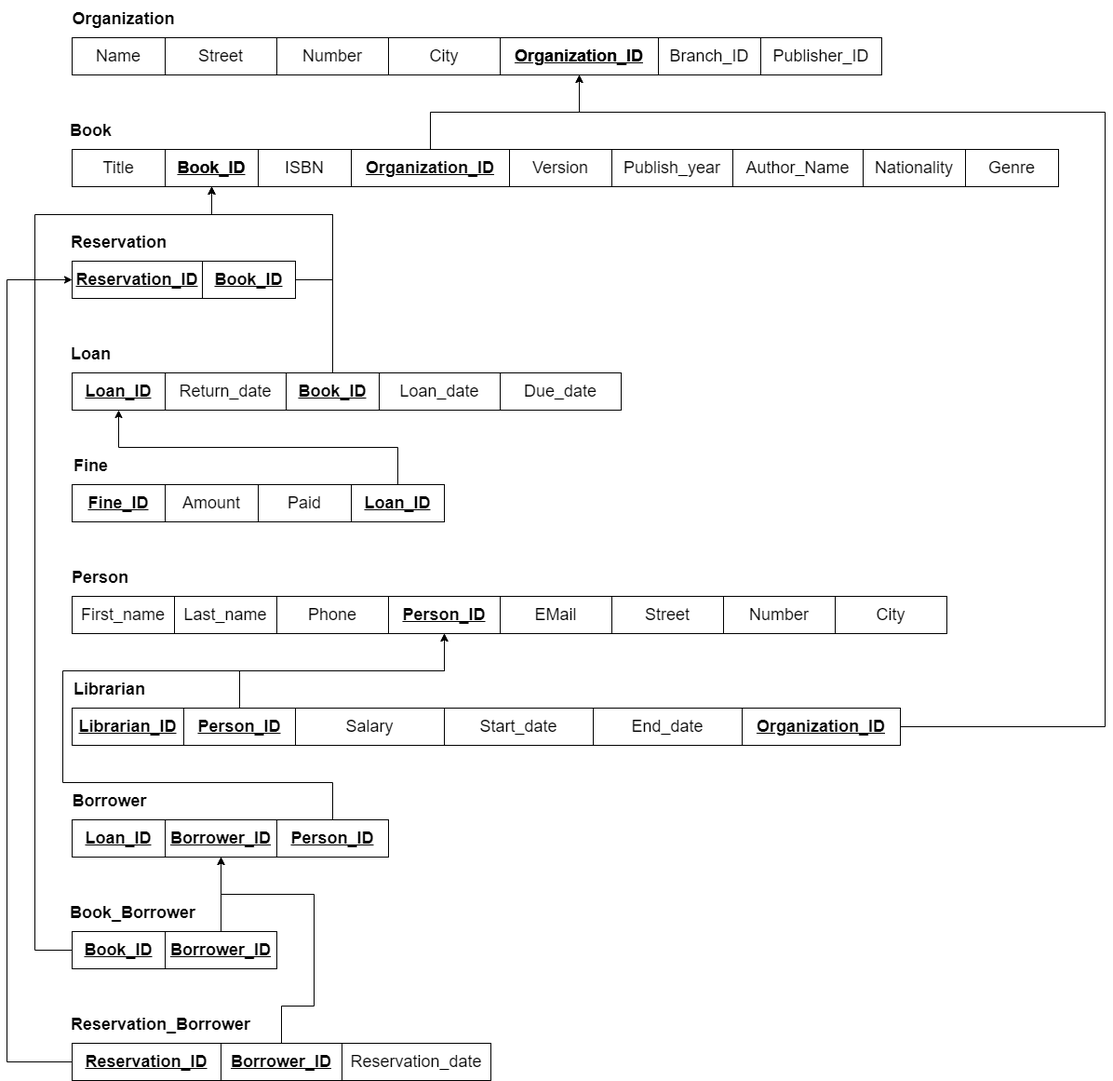
Earlier version of the draw.io export Relational_Model/Relational Model - 1NF.png (YouAndMEME/sose23-database). Source tidied: cells renumbered, new cells last; positions are measured from the earlier drawing's top-left corner, leaving out a move shared by most shapes.
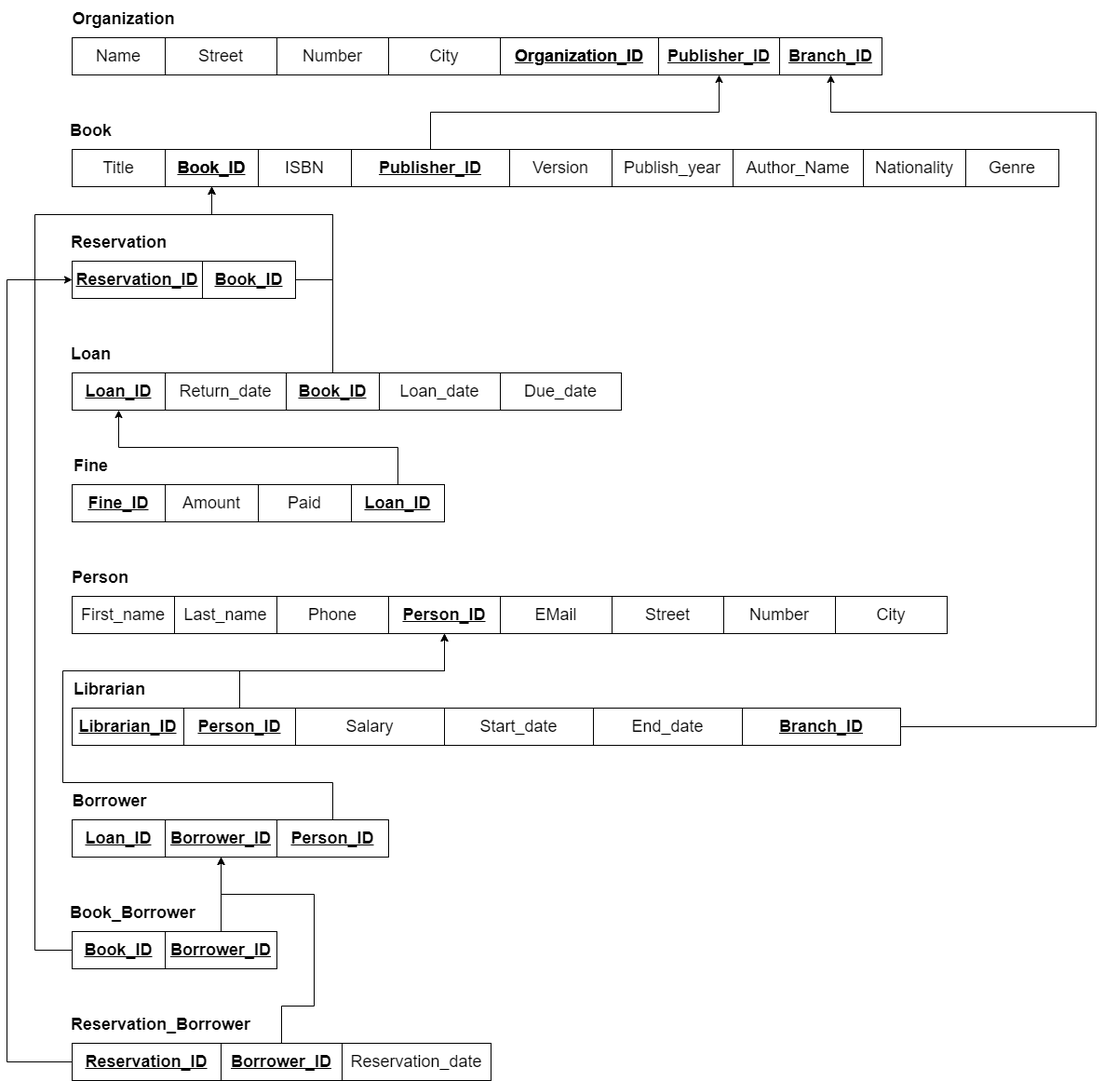
Later version of the same file.

Commit message:
Updated Relational Model

What changed in the source:
```diff
@@ -50,11 +50,11 @@
     <mxCell id="17" value="&lt;b&gt;Organization_ID&lt;/b&gt;" style="whiteSpace=wrap;html=1;align=center;strokeColor=default;fontSize=18;fillColor=none;" parent="1" vertex="1">
       <mxGeometry x="530" y="40" width="170" height="40" as="geometry" />
     </mxCell>
-    <mxCell id="18" value="Branch_ID" style="whiteSpace=wrap;html=1;align=center;strokeColor=default;fontSize=18;fillColor=none;" parent="1" vertex="1">
-      <mxGeometry x="700" y="40" width="110" height="40" as="geometry" />
+    <mxCell id="18" value="&lt;b&gt;&lt;u&gt;Branch_ID&lt;/u&gt;&lt;/b&gt;" style="whiteSpace=wrap;html=1;align=center;strokeColor=default;fontSize=18;fillColor=none;" parent="1" vertex="1">
+      <mxGeometry x="830" y="40" width="110" height="40" as="geometry" />
     </mxCell>
-    <mxCell id="19" value="Publisher_ID" style="whiteSpace=wrap;html=1;align=center;strokeColor=default;fontSize=18;fillColor=none;" parent="1" vertex="1">
-      <mxGeometry x="810" y="40" width="130" height="40" as="geometry" />
+    <mxCell id="19" value="&lt;b&gt;&lt;u&gt;Publisher_ID&lt;/u&gt;&lt;/b&gt;" style="whiteSpace=wrap;html=1;align=center;strokeColor=default;fontSize=18;fillColor=none;" parent="1" vertex="1">
+      <mxGeometry x="700" y="40" width="130" height="40" as="geometry" />
     </mxCell>
     <mxCell id="20" value="Book_ID" style="whiteSpace=wrap;html=1;align=center;strokeColor=default;fontSize=18;fillColor=none;fontStyle=1;" parent="1" vertex="1">
       <mxGeometry x="170" y="160" width="100" height="40" as="geometry" />
@@ -80,10 +80,15 @@
     <mxCell id="25" value="Book_ID" style="whiteSpace=wrap;html=1;align=center;strokeColor=default;fontSize=18;fillColor=none;fontStyle=5;" parent="1" vertex="1">
       <mxGeometry x="210" y="280" width="100" height="40" as="geometry" />
     </mxCell>
-    <mxCell id="26" style="edgeStyle=orthogonalEdgeStyle;rounded=0;jettySize=auto;html=1;entryX=0.5;entryY=1;entryDx=0;entryDy=0;fontSize=18;" parent="1" edge="1" source="27" target="22">
-      <mxGeometry relative="1" as="geometry" />
-    </mxCell>
+    <mxCell id="74" style="edgeStyle=orthogonalEdgeStyle;rounded=0;jettySize=auto;html=1;entryX=0.5;entryY=1;entryDx=0;entryDy=0;" parent="1" edge="1" source="27" target="19">
+      <mxGeometry relative="1" as="geometry">
+        <Array as="points">
+          <mxPoint x="455" y="120" />
+          <mxPoint x="765" y="120" />
+        </Array>
+      </mxGeometry>
+    </mxCell>
-    <mxCell id="27" value="&lt;b&gt;Organization_ID&lt;/b&gt;" style="whiteSpace=wrap;html=1;align=center;strokeColor=default;fontSize=18;fillColor=none;fontStyle=4;" parent="1" vertex="1">
+    <mxCell id="27" value="&lt;b&gt;Publisher_ID&lt;/b&gt;" style="whiteSpace=wrap;html=1;align=center;strokeColor=default;fontSize=18;fillColor=none;fontStyle=4;" parent="1" vertex="1">
       <mxGeometry x="370" y="160" width="170" height="40" as="geometry" />
     </mxCell>
     <mxCell id="28" value="Version" style="whiteSpace=wrap;html=1;align=center;strokeColor=default;fontSize=18;fillColor=none;" parent="1" vertex="1">
@@ -219,16 +224,16 @@
     <mxCell id="58" value="Reservation_date" style="whiteSpace=wrap;html=1;align=center;strokeColor=default;fontSize=18;fillColor=none;" parent="1" vertex="1">
       <mxGeometry x="360" y="1120" width="160" height="40" as="geometry" />
     </mxCell>
-    <mxCell id="59" style="edgeStyle=orthogonalEdgeStyle;rounded=0;jettySize=auto;html=1;entryX=0.5;entryY=1;entryDx=0;entryDy=0;fontSize=18;" parent="1" edge="1" source="60" target="22">
-      <mxGeometry relative="1" as="geometry">
-        <Array as="points">
-          <mxPoint x="1180" y="780" />
-          <mxPoint x="1180" y="120" />
-          <mxPoint x="615" y="120" />
-        </Array>
-      </mxGeometry>
-    </mxCell>
+    <mxCell id="75" style="edgeStyle=orthogonalEdgeStyle;rounded=0;jettySize=auto;html=1;exitX=1;exitY=0.5;exitDx=0;exitDy=0;entryX=0.5;entryY=1;entryDx=0;entryDy=0;" parent="1" edge="1" source="60" target="18">
+      <mxGeometry relative="1" as="geometry">
+        <Array as="points">
+          <mxPoint x="1170" y="780" />
+          <mxPoint x="1170" y="120" />
+          <mxPoint x="885" y="120" />
+        </Array>
+      </mxGeometry>
+    </mxCell>
-    <mxCell id="60" value="&lt;b&gt;Organization_ID&lt;/b&gt;" style="whiteSpace=wrap;html=1;align=center;strokeColor=default;fontSize=18;fillColor=none;fontStyle=4;" parent="1" vertex="1">
+    <mxCell id="60" value="&lt;b&gt;Branch_ID&lt;/b&gt;" style="whiteSpace=wrap;html=1;align=center;strokeColor=default;fontSize=18;fillColor=none;fontStyle=4;" parent="1" vertex="1">
       <mxGeometry x="790" y="760" width="170" height="40" as="geometry" />
     </mxCell>
     <mxCell id="61" value="Street" style="whiteSpace=wrap;html=1;align=center;strokeColor=default;fontSize=18;fillColor=none;" parent="1" vertex="1">
```
